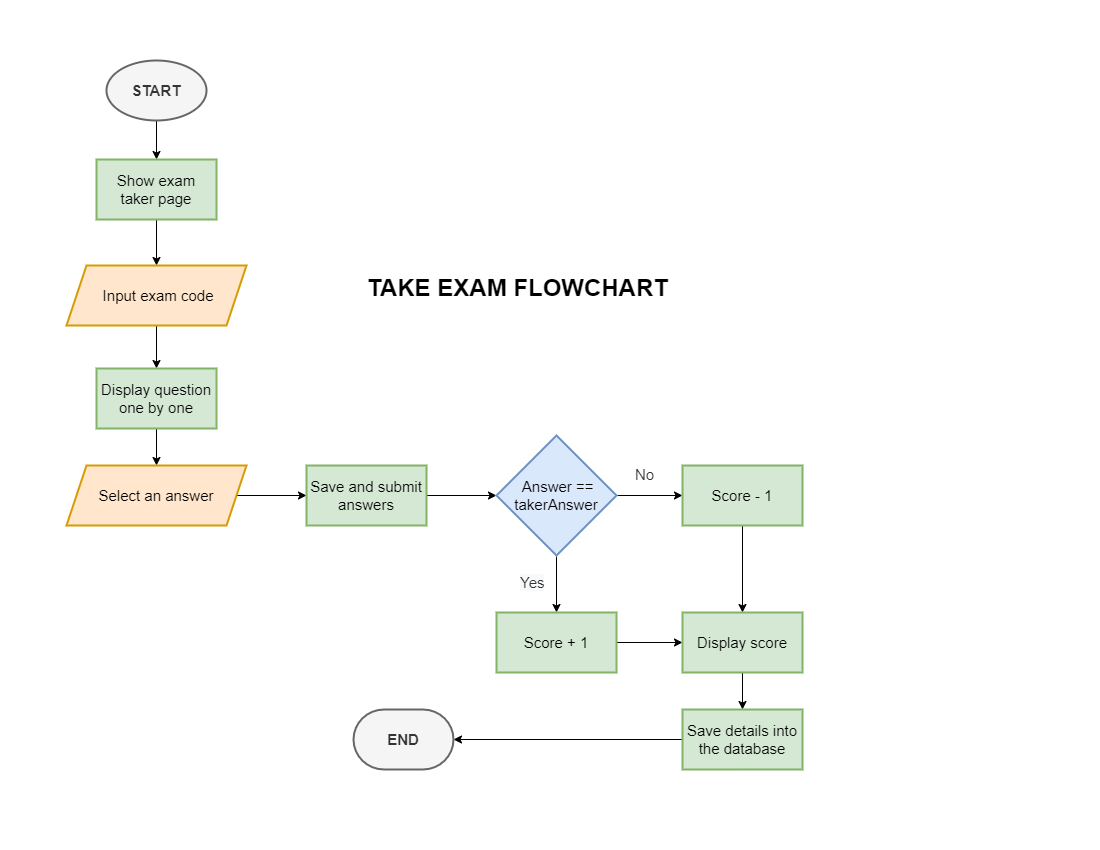
The draw.io diagram Gallardo/OnlineExam/Online exam flowchart-TAKE EXAM FLOWCHART.drawio.png in walteribloguintoledo/PUP2022, before a commit. Source tidied: cells renumbered, new cells last; positions are measured from the earlier drawing's top-left corner, leaving out a move shared by most shapes.
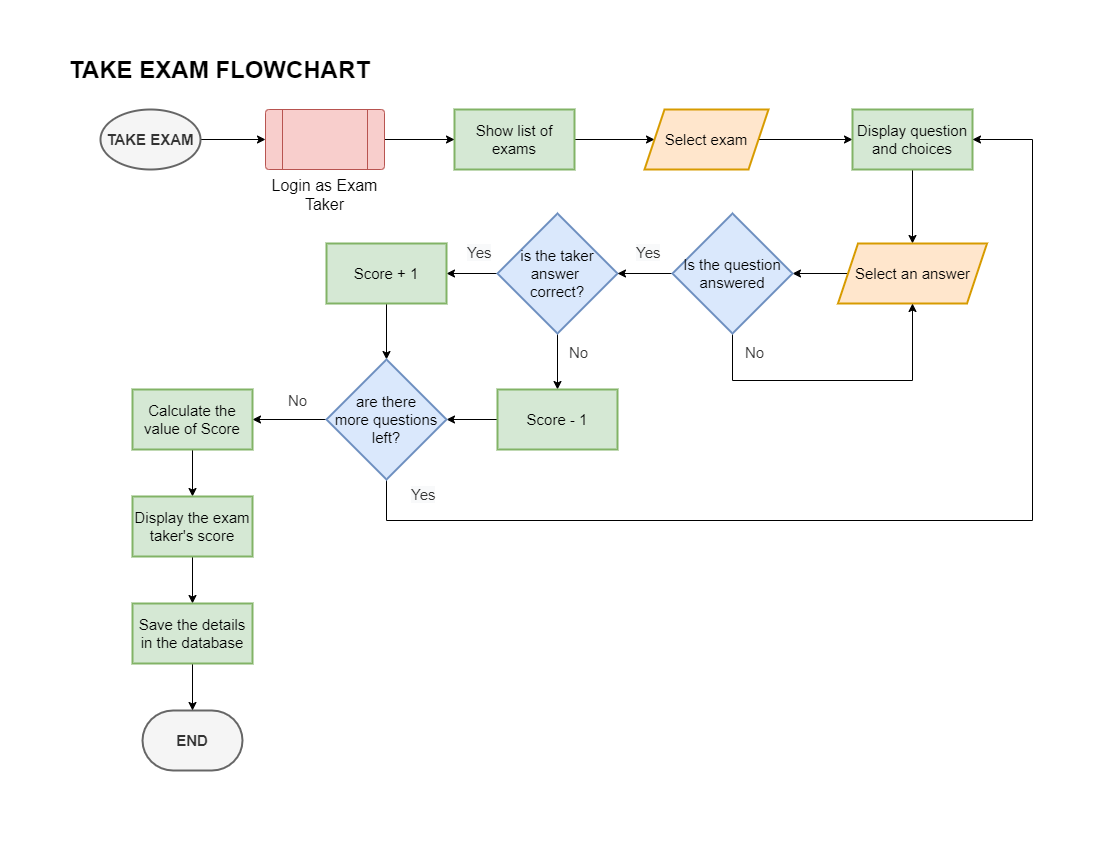
After the change.

Change to the diagram source:
```diff
@@ -2,86 +2,133 @@
   <root>
     <mxCell id="0" />
     <mxCell id="1" parent="0" />
-    <mxCell id="2" style="edgeStyle=orthogonalEdgeStyle;rounded=0;jettySize=auto;html=1;fontSize=15;" parent="1" edge="1" source="3" target="5">
-      <mxGeometry relative="1" as="geometry" />
-    </mxCell>
+    <mxCell id="29" style="edgeStyle=orthogonalEdgeStyle;rounded=0;jettySize=auto;html=1;exitX=1;exitY=0.5;exitDx=0;exitDy=0;exitPerimeter=0;entryX=0;entryY=0.5;entryDx=0;entryDy=0;fontSize=16;" parent="1" edge="1" source="3" target="33">
+      <mxGeometry relative="1" as="geometry" />
+    </mxCell>
-    <mxCell id="3" value="&lt;b&gt;START&lt;/b&gt;" style="strokeWidth=2;html=1;shape=mxgraph.flowchart.start_1;whiteSpace=wrap;fontSize=15;fillColor=#f5f5f5;fontColor=#333333;strokeColor=#666666;" parent="1" vertex="1">
-      <mxGeometry x="40" width="100" height="60" as="geometry" />
+    <mxCell id="3" value="&lt;b&gt;TAKE EXAM&lt;/b&gt;" style="strokeWidth=2;html=1;shape=mxgraph.flowchart.start_1;whiteSpace=wrap;fontSize=15;fillColor=#f5f5f5;fontColor=#333333;strokeColor=#666666;" parent="1" vertex="1">
+      <mxGeometry x="34" y="49" width="100" height="60" as="geometry" />
     </mxCell>
-    <mxCell id="4" style="edgeStyle=orthogonalEdgeStyle;rounded=0;jettySize=auto;html=1;fontSize=15;" parent="1" edge="1" source="5" target="7">
+    <mxCell id="4" style="edgeStyle=orthogonalEdgeStyle;rounded=0;jettySize=auto;html=1;fontSize=16;" parent="1" edge="1" source="5" target="7">
       <mxGeometry relative="1" as="geometry" />
     </mxCell>
-    <mxCell id="5" value="Show exam&lt;br&gt;taker page" style="whiteSpace=wrap;html=1;fontSize=15;fillColor=#d5e8d4;strokeColor=#82b366;strokeWidth=2;" parent="1" vertex="1">
-      <mxGeometry x="30" y="99" width="120" height="60" as="geometry" />
+    <mxCell id="5" value="Show list of exams" style="whiteSpace=wrap;html=1;fontSize=15;fillColor=#d5e8d4;strokeColor=#82b366;strokeWidth=2;" parent="1" vertex="1">
+      <mxGeometry x="388" y="49" width="120" height="60" as="geometry" />
     </mxCell>
-    <mxCell id="6" style="edgeStyle=orthogonalEdgeStyle;rounded=0;jettySize=auto;html=1;fontSize=15;" parent="1" edge="1" source="7" target="9">
+    <mxCell id="6" style="edgeStyle=orthogonalEdgeStyle;rounded=0;jettySize=auto;html=1;entryX=0;entryY=0.5;entryDx=0;entryDy=0;fontSize=16;" parent="1" edge="1" source="7" target="9">
       <mxGeometry relative="1" as="geometry" />
     </mxCell>
-    <mxCell id="7" value="&amp;nbsp;Input exam code" style="shape=parallelogram;perimeter=parallelogramPerimeter;whiteSpace=wrap;html=1;fixedSize=1;fontSize=15;fillColor=#ffe6cc;strokeColor=#d79b00;strokeWidth=2;" parent="1" vertex="1">
-      <mxGeometry y="205" width="180" height="60" as="geometry" />
+    <mxCell id="7" value="Select exam" style="shape=parallelogram;perimeter=parallelogramPerimeter;whiteSpace=wrap;html=1;fixedSize=1;fontSize=15;fillColor=#ffe6cc;strokeColor=#d79b00;strokeWidth=2;" parent="1" vertex="1">
+      <mxGeometry x="578" y="49" width="124" height="60" as="geometry" />
     </mxCell>
-    <mxCell id="8" style="edgeStyle=orthogonalEdgeStyle;rounded=0;jettySize=auto;html=1;fontSize=15;" parent="1" edge="1" source="9" target="11">
+    <mxCell id="8" style="edgeStyle=orthogonalEdgeStyle;rounded=0;jettySize=auto;html=1;fontSize=16;" parent="1" edge="1" source="9" target="11">
       <mxGeometry relative="1" as="geometry" />
     </mxCell>
-    <mxCell id="9" value="Display question one by one" style="whiteSpace=wrap;html=1;fontSize=15;fillColor=#d5e8d4;strokeColor=#82b366;strokeWidth=2;" parent="1" vertex="1">
-      <mxGeometry x="30" y="308" width="120" height="60" as="geometry" />
+    <mxCell id="9" value="Display question and choices" style="whiteSpace=wrap;html=1;fontSize=15;fillColor=#d5e8d4;strokeColor=#82b366;strokeWidth=2;" parent="1" vertex="1">
+      <mxGeometry x="786" y="49" width="120" height="60" as="geometry" />
     </mxCell>
-    <mxCell id="10" style="edgeStyle=orthogonalEdgeStyle;rounded=0;jettySize=auto;html=1;fontSize=15;" parent="1" edge="1" source="11" target="13">
-      <mxGeometry relative="1" as="geometry" />
-    </mxCell>
+    <mxCell id="30" style="edgeStyle=orthogonalEdgeStyle;rounded=0;jettySize=auto;html=1;fontSize=16;" parent="1" edge="1" source="11" target="36">
+      <mxGeometry relative="1" as="geometry" />
+    </mxCell>
     <mxCell id="11" value="Select an answer" style="shape=parallelogram;perimeter=parallelogramPerimeter;whiteSpace=wrap;html=1;fixedSize=1;fontSize=15;fillColor=#ffe6cc;strokeColor=#d79b00;strokeWidth=2;" parent="1" vertex="1">
-      <mxGeometry y="405" width="180" height="60" as="geometry" />
+      <mxGeometry x="771.5" y="183" width="149" height="60" as="geometry" />
     </mxCell>
-    <mxCell id="12" style="edgeStyle=orthogonalEdgeStyle;rounded=0;jettySize=auto;html=1;fontSize=15;" parent="1" edge="1" source="13" target="16">
-      <mxGeometry relative="1" as="geometry" />
-    </mxCell>
-    <mxCell id="13" value="Save and submit answers" style="whiteSpace=wrap;html=1;fontSize=15;fillColor=#d5e8d4;strokeColor=#82b366;strokeWidth=2;" parent="1" vertex="1">
-      <mxGeometry x="240" y="405" width="120" height="60" as="geometry" />
-    </mxCell>
-    <mxCell id="14" style="edgeStyle=orthogonalEdgeStyle;rounded=0;jettySize=auto;html=1;fontSize=15;" parent="1" edge="1" source="16" target="18">
+    <mxCell id="14" style="edgeStyle=orthogonalEdgeStyle;rounded=0;jettySize=auto;html=1;fontSize=16;" parent="1" edge="1" source="16" target="18">
       <mxGeometry relative="1" as="geometry" />
     </mxCell>
-    <mxCell id="15" style="edgeStyle=orthogonalEdgeStyle;rounded=0;jettySize=auto;html=1;fontSize=15;" parent="1" edge="1" source="16" target="20">
+    <mxCell id="15" style="edgeStyle=orthogonalEdgeStyle;rounded=0;jettySize=auto;html=1;fontSize=16;" parent="1" edge="1" source="16" target="20">
       <mxGeometry relative="1" as="geometry" />
     </mxCell>
-    <mxCell id="16" value="&amp;nbsp;Answer == takerAnswer" style="rhombus;whiteSpace=wrap;html=1;fontSize=15;fillColor=#dae8fc;strokeColor=#6c8ebf;strokeWidth=2;" parent="1" vertex="1">
-      <mxGeometry x="430" y="375" width="120" height="120" as="geometry" />
+    <mxCell id="16" value="is the taker answer &lt;br&gt;correct?" style="rhombus;whiteSpace=wrap;html=1;fontSize=15;fillColor=#dae8fc;strokeColor=#6c8ebf;strokeWidth=2;" parent="1" vertex="1">
+      <mxGeometry x="431" y="153" width="120" height="120" as="geometry" />
     </mxCell>
-    <mxCell id="17" style="edgeStyle=orthogonalEdgeStyle;rounded=0;jettySize=auto;html=1;fontSize=15;" parent="1" edge="1" source="18" target="23">
-      <mxGeometry relative="1" as="geometry" />
-    </mxCell>
-    <mxCell id="18" value="Score + 1" style="whiteSpace=wrap;html=1;fontSize=15;fillColor=#d5e8d4;strokeColor=#82b366;strokeWidth=2;" parent="1" vertex="1">
-      <mxGeometry x="430" y="552" width="120" height="60" as="geometry" />
-    </mxCell>
-    <mxCell id="19" style="edgeStyle=orthogonalEdgeStyle;rounded=0;jettySize=auto;html=1;exitX=0.5;exitY=1;exitDx=0;exitDy=0;entryX=0.5;entryY=0;entryDx=0;entryDy=0;fontSize=15;" parent="1" edge="1" source="20" target="23">
-      <mxGeometry relative="1" as="geometry" />
-    </mxCell>
+    <mxCell id="31" style="edgeStyle=orthogonalEdgeStyle;rounded=0;jettySize=auto;html=1;fontSize=16;" parent="1" edge="1" source="20" target="43">
+      <mxGeometry relative="1" as="geometry" />
+    </mxCell>
     <mxCell id="20" value="Score - 1" style="whiteSpace=wrap;html=1;fontSize=15;fillColor=#d5e8d4;strokeColor=#82b366;strokeWidth=2;" parent="1" vertex="1">
-      <mxGeometry x="616" y="405" width="120" height="60" as="geometry" />
+      <mxGeometry x="431" y="329" width="120" height="60" as="geometry" />
     </mxCell>
-    <mxCell id="21" style="edgeStyle=orthogonalEdgeStyle;rounded=0;jettySize=auto;html=1;entryX=1;entryY=0.5;entryDx=0;entryDy=0;entryPerimeter=0;fontSize=15;exitX=0;exitY=0.5;exitDx=0;exitDy=0;" parent="1" edge="1" source="28" target="26">
-      <mxGeometry relative="1" as="geometry" />
-    </mxCell>
-    <mxCell id="22" style="edgeStyle=orthogonalEdgeStyle;rounded=0;jettySize=auto;html=1;exitX=0.5;exitY=1;exitDx=0;exitDy=0;" parent="1" edge="1" source="23" target="28">
-      <mxGeometry relative="1" as="geometry" />
-    </mxCell>
-    <mxCell id="23" value="Display score" style="whiteSpace=wrap;html=1;fontSize=15;fillColor=#d5e8d4;strokeColor=#82b366;strokeWidth=2;" parent="1" vertex="1">
-      <mxGeometry x="616" y="552" width="120" height="60" as="geometry" />
-    </mxCell>
     <mxCell id="24" value="&lt;span style=&quot;color: rgb(51, 51, 51); font-family: Helvetica; font-size: 15px; font-style: normal; font-variant-ligatures: normal; font-variant-caps: normal; font-weight: 400; letter-spacing: normal; orphans: 2; text-align: center; text-indent: 0px; text-transform: none; widows: 2; word-spacing: 0px; -webkit-text-stroke-width: 0px; background-color: rgb(248, 249, 250); text-decoration-thickness: initial; text-decoration-style: initial; text-decoration-color: initial; float: none; display: inline !important;&quot;&gt;Yes&lt;/span&gt;" style="text;whiteSpace=wrap;html=1;fontSize=15;" parent="1" vertex="1">
-      <mxGeometry x="452" y="507" width="32" height="32" as="geometry" />
+      <mxGeometry x="568" y="177" width="32" height="32" as="geometry" />
     </mxCell>
-    <mxCell id="25" value="&lt;div style=&quot;text-align: center;&quot;&gt;&lt;span style=&quot;background-color: initial;&quot;&gt;&lt;font color=&quot;#333333&quot;&gt;No&lt;/font&gt;&lt;/span&gt;&lt;/div&gt;" style="text;whiteSpace=wrap;html=1;fontSize=15;" parent="1" vertex="1">
-      <mxGeometry x="567" y="399" width="32" height="32" as="geometry" />
-    </mxCell>
     <mxCell id="26" value="&lt;b&gt;END&lt;/b&gt;" style="strokeWidth=2;html=1;shape=mxgraph.flowchart.terminator;whiteSpace=wrap;fontSize=15;fillColor=#f5f5f5;fontColor=#333333;strokeColor=#666666;" parent="1" vertex="1">
-      <mxGeometry x="287" y="649" width="100" height="60" as="geometry" />
+      <mxGeometry x="76" y="650" width="100" height="60" as="geometry" />
     </mxCell>
     <mxCell id="27" value="TAKE EXAM FLOWCHART" style="text;strokeColor=none;fillColor=none;html=1;fontSize=24;fontStyle=1;verticalAlign=middle;align=center;" parent="1" vertex="1">
-      <mxGeometry x="401" y="208" width="100" height="40" as="geometry" />
+      <mxGeometry x="103" y="-10" width="100" height="40" as="geometry" />
     </mxCell>
-    <mxCell id="28" value="Save details into the database" style="whiteSpace=wrap;html=1;fontSize=15;fillColor=#d5e8d4;strokeColor=#82b366;strokeWidth=2;" parent="1" vertex="1">
-      <mxGeometry x="616" y="649" width="120" height="60" as="geometry" />
-    </mxCell>
+    <mxCell id="32" style="edgeStyle=orthogonalEdgeStyle;rounded=0;jettySize=auto;html=1;fontSize=16;" parent="1" edge="1" source="33" target="5">
+      <mxGeometry relative="1" as="geometry" />
+    </mxCell>
+    <mxCell id="33" value="&lt;font style=&quot;font-size: 16px;&quot;&gt;Login as Exam Taker&lt;/font&gt;" style="verticalLabelPosition=bottom;verticalAlign=top;html=1;shape=process;whiteSpace=wrap;rounded=1;size=0.14;arcSize=6;fontSize=14;fillColor=#f8cecc;strokeColor=#b85450;" parent="1" vertex="1">
+      <mxGeometry x="199" y="49" width="119" height="60" as="geometry" />
+    </mxCell>
+    <mxCell id="34" style="edgeStyle=orthogonalEdgeStyle;rounded=0;jettySize=auto;html=1;exitX=0.5;exitY=1;exitDx=0;exitDy=0;entryX=0.5;entryY=1;entryDx=0;entryDy=0;fontSize=16;" parent="1" edge="1" source="36" target="11">
+      <mxGeometry relative="1" as="geometry">
+        <Array as="points">
+          <mxPoint x="666" y="320" />
+          <mxPoint x="846" y="320" />
+        </Array>
+      </mxGeometry>
+    </mxCell>
+    <mxCell id="35" style="edgeStyle=orthogonalEdgeStyle;rounded=0;jettySize=auto;html=1;fontSize=16;" parent="1" edge="1" source="36" target="16">
+      <mxGeometry relative="1" as="geometry" />
+    </mxCell>
+    <mxCell id="36" value="Is the question answered" style="rhombus;whiteSpace=wrap;html=1;fontSize=15;fillColor=#dae8fc;strokeColor=#6c8ebf;strokeWidth=2;" parent="1" vertex="1">
+      <mxGeometry x="606" y="153" width="120" height="120" as="geometry" />
+    </mxCell>
+    <mxCell id="37" style="edgeStyle=orthogonalEdgeStyle;rounded=0;jettySize=auto;html=1;fontSize=16;" parent="1" edge="1" source="18" target="43">
+      <mxGeometry relative="1" as="geometry" />
+    </mxCell>
+    <mxCell id="18" value="Score + 1" style="whiteSpace=wrap;html=1;fontSize=15;fillColor=#d5e8d4;strokeColor=#82b366;strokeWidth=2;" parent="1" vertex="1">
+      <mxGeometry x="260" y="183" width="120" height="60" as="geometry" />
+    </mxCell>
+    <mxCell id="38" value="&lt;div style=&quot;text-align: center;&quot;&gt;&lt;span style=&quot;background-color: initial;&quot;&gt;&lt;font color=&quot;#333333&quot;&gt;No&lt;/font&gt;&lt;/span&gt;&lt;/div&gt;" style="text;whiteSpace=wrap;html=1;fontSize=15;" parent="1" vertex="1">
+      <mxGeometry x="677" y="277" width="32" height="32" as="geometry" />
+    </mxCell>
+    <mxCell id="39" value="&lt;span style=&quot;color: rgb(51, 51, 51); font-family: Helvetica; font-size: 15px; font-style: normal; font-variant-ligatures: normal; font-variant-caps: normal; font-weight: 400; letter-spacing: normal; orphans: 2; text-align: center; text-indent: 0px; text-transform: none; widows: 2; word-spacing: 0px; -webkit-text-stroke-width: 0px; background-color: rgb(248, 249, 250); text-decoration-thickness: initial; text-decoration-style: initial; text-decoration-color: initial; float: none; display: inline !important;&quot;&gt;Yes&lt;/span&gt;" style="text;whiteSpace=wrap;html=1;fontSize=15;" parent="1" vertex="1">
+      <mxGeometry x="399" y="177" width="32" height="32" as="geometry" />
+    </mxCell>
+    <mxCell id="40" value="&lt;div style=&quot;text-align: center;&quot;&gt;&lt;span style=&quot;background-color: initial;&quot;&gt;&lt;font color=&quot;#333333&quot;&gt;No&lt;/font&gt;&lt;/span&gt;&lt;/div&gt;" style="text;whiteSpace=wrap;html=1;fontSize=15;" parent="1" vertex="1">
+      <mxGeometry x="501" y="277" width="32" height="32" as="geometry" />
+    </mxCell>
+    <mxCell id="41" style="edgeStyle=orthogonalEdgeStyle;rounded=0;jettySize=auto;html=1;entryX=1;entryY=0.5;entryDx=0;entryDy=0;fontSize=16;" parent="1" edge="1" source="43" target="9">
+      <mxGeometry relative="1" as="geometry">
+        <Array as="points">
+          <mxPoint x="320" y="460" />
+          <mxPoint x="966" y="460" />
+          <mxPoint x="966" y="79" />
+        </Array>
+      </mxGeometry>
+    </mxCell>
+    <mxCell id="42" style="edgeStyle=orthogonalEdgeStyle;rounded=0;jettySize=auto;html=1;entryX=1;entryY=0.5;entryDx=0;entryDy=0;fontSize=16;" parent="1" edge="1" source="43" target="46">
+      <mxGeometry relative="1" as="geometry" />
+    </mxCell>
+    <mxCell id="43" value="&amp;nbsp;are there &lt;br&gt;more questions left?" style="rhombus;whiteSpace=wrap;html=1;fontSize=15;fillColor=#dae8fc;strokeColor=#6c8ebf;strokeWidth=2;" parent="1" vertex="1">
+      <mxGeometry x="260" y="299" width="120" height="120" as="geometry" />
+    </mxCell>
+    <mxCell id="44" value="&lt;span style=&quot;color: rgb(51, 51, 51); font-family: Helvetica; font-size: 15px; font-style: normal; font-variant-ligatures: normal; font-variant-caps: normal; font-weight: 400; letter-spacing: normal; orphans: 2; text-align: center; text-indent: 0px; text-transform: none; widows: 2; word-spacing: 0px; -webkit-text-stroke-width: 0px; background-color: rgb(248, 249, 250); text-decoration-thickness: initial; text-decoration-style: initial; text-decoration-color: initial; float: none; display: inline !important;&quot;&gt;Yes&lt;/span&gt;" style="text;whiteSpace=wrap;html=1;fontSize=15;" parent="1" vertex="1">
+      <mxGeometry x="343" y="419" width="32" height="32" as="geometry" />
+    </mxCell>
+    <mxCell id="45" style="edgeStyle=orthogonalEdgeStyle;rounded=0;jettySize=auto;html=1;fontSize=16;" parent="1" edge="1" source="46" target="48">
+      <mxGeometry relative="1" as="geometry" />
+    </mxCell>
+    <mxCell id="46" value="Calculate the value of Score" style="whiteSpace=wrap;html=1;fontSize=15;fillColor=#d5e8d4;strokeColor=#82b366;strokeWidth=2;" parent="1" vertex="1">
+      <mxGeometry x="66" y="329" width="120" height="60" as="geometry" />
+    </mxCell>
+    <mxCell id="47" style="edgeStyle=orthogonalEdgeStyle;rounded=0;jettySize=auto;html=1;fontSize=16;" parent="1" edge="1" source="48" target="51">
+      <mxGeometry relative="1" as="geometry" />
+    </mxCell>
+    <mxCell id="48" value="Display the exam taker's score" style="whiteSpace=wrap;html=1;fontSize=15;fillColor=#d5e8d4;strokeColor=#82b366;strokeWidth=2;" parent="1" vertex="1">
+      <mxGeometry x="66" y="436" width="120" height="60" as="geometry" />
+    </mxCell>
+    <mxCell id="49" value="&lt;div style=&quot;text-align: center;&quot;&gt;&lt;span style=&quot;background-color: initial;&quot;&gt;&lt;font color=&quot;#333333&quot;&gt;No&lt;/font&gt;&lt;/span&gt;&lt;/div&gt;" style="text;whiteSpace=wrap;html=1;fontSize=15;" parent="1" vertex="1">
+      <mxGeometry x="220" y="325" width="32" height="32" as="geometry" />
+    </mxCell>
+    <mxCell id="50" style="edgeStyle=orthogonalEdgeStyle;rounded=0;jettySize=auto;html=1;fontSize=16;" parent="1" edge="1" source="51" target="26">
+      <mxGeometry relative="1" as="geometry" />
+    </mxCell>
+    <mxCell id="51" value="Save the details in the database" style="whiteSpace=wrap;html=1;fontSize=15;fillColor=#d5e8d4;strokeColor=#82b366;strokeWidth=2;" parent="1" vertex="1">
+      <mxGeometry x="66" y="543" width="120" height="60" as="geometry" />
+    </mxCell>
   </root>
 </mxGraphModel>
```
